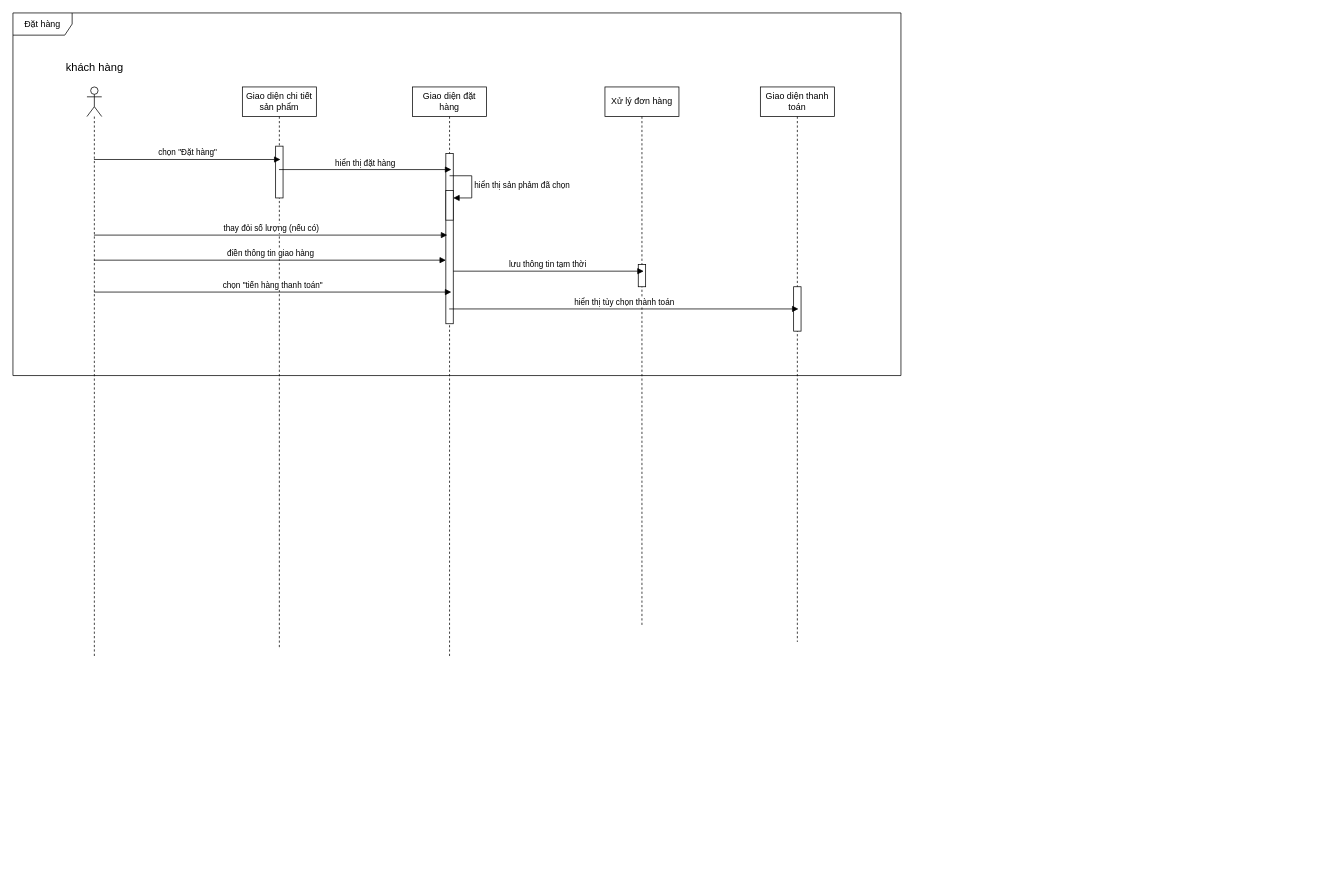
RomJoke/K keeps this draw.io diagram as KH-ĐH-TT.drawio. Above is the earlier version. Source tidied: cells renumbered, new cells numbered last; positions are measured from the earlier drawing's top-left corner, leaving out a move shared by most shapes. Both pictures are drawn from the tidied source at 74%, with x=0, y=0 at pixel (13, 13).
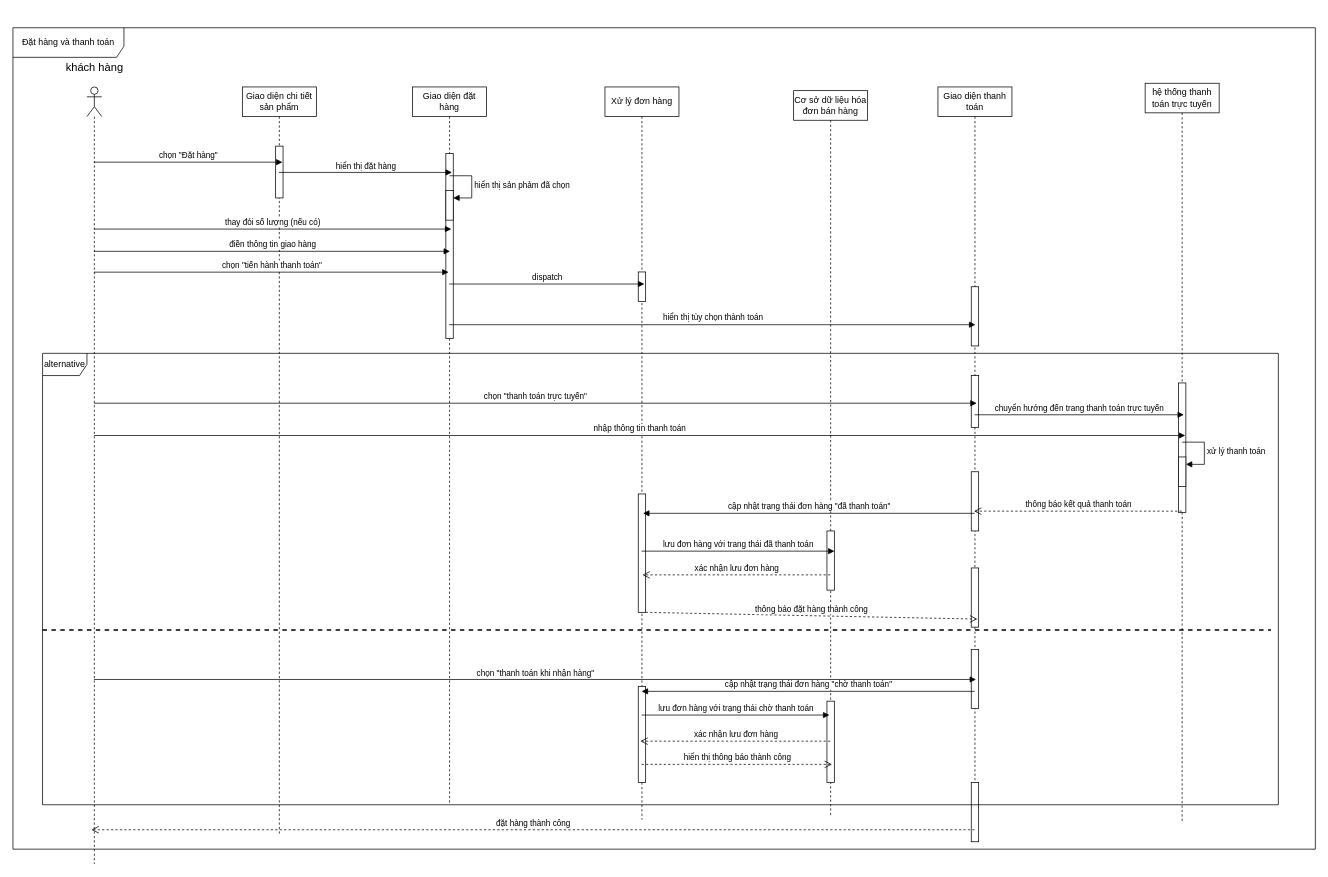
Above is the later version.

Unchanged cells that the change refers to:
```xml
<mxCell id="6" style="html=1;points=[[0,0,0,0,5],[0,1,0,0,-5],[1,0,0,0,5],[1,1,0,0,-5]];perimeter=orthogonalPerimeter;outlineConnect=0;targetShapes=umlLifeline;portConstraint=eastwest;newEdgeStyle={&quot;curved&quot;:0,&quot;rounded&quot;:0};" parent="5" vertex="1">
  <mxGeometry x="45" y="80" width="10" height="70" as="geometry" />
</mxCell>
```

The edit, as a diff of the source:
```diff
@@
-    <mxCell id="2" value="Đặt hàng" style="shape=umlFrame;whiteSpace=wrap;html=1;width=80;height=30;" parent="1" vertex="1">
-      <mxGeometry width="1200" height="490" as="geometry" />
+    <mxCell id="2" value="Đặt hàng và thanh toán" style="shape=umlFrame;whiteSpace=wrap;html=1;width=150;height=40;" parent="1" vertex="1">
+      <mxGeometry y="20" width="1760" height="1110" as="geometry" />
     </mxCell>
     <mxCell id="3" style="shape=umlLifeline;perimeter=lifelinePerimeter;whiteSpace=wrap;html=1;outlineConnect=0;portConstraint=eastwest;newEdgeStyle={&quot;curved&quot;:0,&quot;rounded&quot;:0};participant=umlActor;" parent="1" vertex="1">
-      <mxGeometry x="100" y="100" width="20" height="770" as="geometry" />
+      <mxGeometry x="100" y="100" width="20" height="1050" as="geometry" />
     </mxCell>
@@
     <mxCell id="5" value="Giao diện chi tiết sản phẩm" style="shape=umlLifeline;perimeter=lifelinePerimeter;whiteSpace=wrap;html=1;outlineConnect=0;portConstraint=eastwest;newEdgeStyle={&quot;curved&quot;:0,&quot;rounded&quot;:0};" parent="1" vertex="1">
-      <mxGeometry x="310" y="100" width="100" height="760" as="geometry" />
+      <mxGeometry x="310" y="100" width="100" height="1010" as="geometry" />
     </mxCell>
@@
     <mxCell id="7" value="Giao diện đặt hàng" style="shape=umlLifeline;perimeter=lifelinePerimeter;whiteSpace=wrap;html=1;outlineConnect=0;portConstraint=eastwest;newEdgeStyle={&quot;curved&quot;:0,&quot;rounded&quot;:0};" parent="1" vertex="1">
-      <mxGeometry x="540" y="100" width="100" height="770" as="geometry" />
+      <mxGeometry x="540" y="100" width="100" height="970" as="geometry" />
     </mxCell>
     <mxCell id="8" style="html=1;points=[[0,0,0,0,5],[0,1,0,0,-5],[1,0,0,0,5],[1,1,0,0,-5]];perimeter=orthogonalPerimeter;outlineConnect=0;targetShapes=umlLifeline;portConstraint=eastwest;newEdgeStyle={&quot;curved&quot;:0,&quot;rounded&quot;:0};" parent="7" vertex="1">
-      <mxGeometry x="45" y="90" width="10" height="230" as="geometry" />
+      <mxGeometry x="45" y="90" width="10" height="250" as="geometry" />
     </mxCell>
@@
     <mxCell id="11" value="Xử lý đơn hàng" style="shape=umlLifeline;perimeter=lifelinePerimeter;whiteSpace=wrap;html=1;outlineConnect=0;portConstraint=eastwest;newEdgeStyle={&quot;curved&quot;:0,&quot;rounded&quot;:0};" parent="1" vertex="1">
-      <mxGeometry x="800" y="100" width="100" height="730" as="geometry" />
+      <mxGeometry x="800" y="100" width="100" height="990" as="geometry" />
     </mxCell>
     <mxCell id="12" style="html=1;perimeter=orthogonalPerimeter;targetShapes=umlLifeline;newEdgeStyle={&quot;curved&quot;:0,&quot;rounded&quot;:0};" parent="11" vertex="1">
-      <mxGeometry x="45" y="240" width="10" height="30" as="geometry" />
+      <mxGeometry x="45" y="250" width="10" height="40" as="geometry" />
     </mxCell>
+    <mxCell id="22" style="html=1;points=[[0,0,0,0,5],[0,1,0,0,-5],[1,0,0,0,5],[1,1,0,0,-5]];perimeter=orthogonalPerimeter;outlineConnect=0;targetShapes=umlLifeline;portConstraint=eastwest;newEdgeStyle={&quot;curved&quot;:0,&quot;rounded&quot;:0};" parent="11" vertex="1">
+      <mxGeometry x="45" y="550" width="10" height="160" as="geometry" />
+    </mxCell>
-    <mxCell id="13" value="Giao diện thanh toán" style="shape=umlLifeline;perimeter=lifelinePerimeter;whiteSpace=wrap;html=1;outlineConnect=0;portConstraint=eastwest;newEdgeStyle={&quot;curved&quot;:0,&quot;rounded&quot;:0};" parent="1" vertex="1">
-      <mxGeometry x="1010" y="100" width="100" height="750" as="geometry" />
+    <mxCell id="13" value="Cơ sở dữ liệu hóa đơn bán hàng" style="shape=umlLifeline;perimeter=lifelinePerimeter;whiteSpace=wrap;html=1;outlineConnect=0;portConstraint=eastwest;newEdgeStyle={&quot;curved&quot;:0,&quot;rounded&quot;:0};" parent="1" vertex="1">
+      <mxGeometry x="1055" y="105" width="100" height="980" as="geometry" />
     </mxCell>
-    <mxCell id="14" style="html=1;perimeter=orthogonalPerimeter;targetShapes=umlLifeline;newEdgeStyle={&quot;curved&quot;:0,&quot;rounded&quot;:0};" parent="13" vertex="1">
-      <mxGeometry x="45" y="270" width="10" height="60" as="geometry" />
-    </mxCell>
+    <mxCell id="23" style="html=1;perimeter=orthogonalPerimeter;targetShapes=umlLifeline;newEdgeStyle={&quot;curved&quot;:0,&quot;rounded&quot;:0};" parent="13" vertex="1">
+      <mxGeometry x="45" y="595" width="10" height="80" as="geometry" />
+    </mxCell>
-    <mxCell id="15" value="chọn &quot;Đặt hàng&quot;" style="html=1;verticalAlign=bottom;endArrow=block;curved=0;rounded=0;entryX=0.515;entryY=0.129;entryDx=0;entryDy=0;entryPerimeter=0;" parent="1" edge="1" source="3" target="5">
+    <mxCell id="15" value="chọn &quot;Đặt hàng&quot;" style="html=1;verticalAlign=bottom;endArrow=block;curved=0;rounded=0;entryX=0.919;entryY=0.309;entryDx=0;entryDy=0;entryPerimeter=0;" parent="1" edge="1" source="3" target="6">
       <mxGeometry relative="1" as="geometry" />
     </mxCell>
-    <mxCell id="16" value="hiển thị đặt hàng" style="html=1;verticalAlign=bottom;endArrow=block;curved=0;rounded=0;entryX=0.524;entryY=0.145;entryDx=0;entryDy=0;entryPerimeter=0;" parent="1" edge="1" source="5" target="7">
+    <mxCell id="16" value="hiển thị đặt hàng" style="html=1;verticalAlign=bottom;endArrow=block;curved=0;rounded=0;entryX=0.828;entryY=0.102;entryDx=0;entryDy=0;entryPerimeter=0;" parent="1" edge="1" source="5" target="8">
       <mxGeometry relative="1" as="geometry" />
     </mxCell>
-    <mxCell id="17" value="thay đỏi số lượng (nếu có)" style="html=1;verticalAlign=bottom;endArrow=block;curved=0;rounded=0;entryX=0.469;entryY=0.26;entryDx=0;entryDy=0;entryPerimeter=0;" parent="1" edge="1" source="3" target="7">
+    <mxCell id="17" value="thay đỏi số lượng (nếu có)" style="html=1;verticalAlign=bottom;endArrow=block;curved=0;rounded=0;entryX=0.524;entryY=0.198;entryDx=0;entryDy=0;entryPerimeter=0;" parent="1" edge="1" source="3" target="7">
       <mxGeometry relative="1" as="geometry" />
     </mxCell>
-    <mxCell id="18" value="điền thông tin giao hàng" style="html=1;verticalAlign=bottom;endArrow=block;curved=0;rounded=0;entryX=0.451;entryY=0.304;entryDx=0;entryDy=0;entryPerimeter=0;" parent="1" edge="1" source="3" target="7">
+    <mxCell id="18" value="điền thông tin giao hàng" style="html=1;verticalAlign=bottom;endArrow=block;curved=0;rounded=0;entryX=0.506;entryY=0.229;entryDx=0;entryDy=0;entryPerimeter=0;" parent="1" edge="1" source="3" target="7">
       <mxGeometry relative="1" as="geometry" />
     </mxCell>
-    <mxCell id="19" value="lưu thông tin tạm thời&amp;nbsp;" style="html=1;verticalAlign=bottom;endArrow=block;curved=0;rounded=0;entryX=0.524;entryY=0.341;entryDx=0;entryDy=0;entryPerimeter=0;" parent="1" edge="1" source="8" target="11">
-      <mxGeometry relative="1" as="geometry" />
-    </mxCell>
-    <mxCell id="20" value="chọn &quot;tiến hàng thanh toán&quot;" style="html=1;verticalAlign=bottom;endArrow=block;curved=0;rounded=0;entryX=0.524;entryY=0.36;entryDx=0;entryDy=0;entryPerimeter=0;" parent="1" edge="1" source="3" target="7">
+    <mxCell id="20" value="chọn &quot;tiến hành thanh toán&quot;" style="html=1;verticalAlign=bottom;endArrow=block;curved=0;rounded=0;entryX=0.487;entryY=0.258;entryDx=0;entryDy=0;entryPerimeter=0;" parent="1" edge="1" source="3" target="7">
       <mxGeometry relative="1" as="geometry" />
     </mxCell>
+    <mxCell id="24" value="dispatch" style="html=1;verticalAlign=bottom;endArrow=block;curved=0;rounded=0;entryX=0.533;entryY=0.269;entryDx=0;entryDy=0;entryPerimeter=0;" parent="1" edge="1" source="7" target="11">
+      <mxGeometry relative="1" as="geometry" />
+    </mxCell>
+    <mxCell id="25" value="Giao diện thanh toán" style="shape=umlLifeline;perimeter=lifelinePerimeter;whiteSpace=wrap;html=1;outlineConnect=0;portConstraint=eastwest;newEdgeStyle={&quot;curved&quot;:0,&quot;rounded&quot;:0};" parent="1" vertex="1">
+      <mxGeometry x="1250" y="100" width="100" height="1020" as="geometry" />
+    </mxCell>
+    <mxCell id="26" style="html=1;perimeter=orthogonalPerimeter;targetShapes=umlLifeline;newEdgeStyle={&quot;curved&quot;:0,&quot;rounded&quot;:0};" parent="25" vertex="1">
+      <mxGeometry x="45" y="270" width="10" height="80" as="geometry" />
+    </mxCell>
+    <mxCell id="27" style="html=1;perimeter=orthogonalPerimeter;targetShapes=umlLifeline;newEdgeStyle={&quot;curved&quot;:0,&quot;rounded&quot;:0};" parent="25" vertex="1">
+      <mxGeometry x="45" y="390" width="10" height="70" as="geometry" />
+    </mxCell>
+    <mxCell id="28" style="html=1;perimeter=orthogonalPerimeter;targetShapes=umlLifeline;newEdgeStyle={&quot;curved&quot;:0,&quot;rounded&quot;:0};" parent="25" vertex="1">
+      <mxGeometry x="45" y="940" width="10" height="80" as="geometry" />
+    </mxCell>
-    <mxCell id="21" value="hiển thị tùy chọn thành toán" style="html=1;verticalAlign=bottom;endArrow=block;curved=0;rounded=0;entryX=0.515;entryY=0.4;entryDx=0;entryDy=0;entryPerimeter=0;" parent="1" edge="1" source="7" target="13">
+    <mxCell id="21" value="hiển thị tùy chọn thành toán" style="html=1;verticalAlign=bottom;endArrow=block;curved=0;rounded=0;entryX=0.506;entryY=0.315;entryDx=0;entryDy=0;entryPerimeter=0;" parent="1" edge="1" source="7" target="25">
       <mxGeometry relative="1" as="geometry" />
     </mxCell>
+    <mxCell id="29" value="hệ thống thanh toán trực tuyến" style="shape=umlLifeline;perimeter=lifelinePerimeter;whiteSpace=wrap;html=1;outlineConnect=0;portConstraint=eastwest;newEdgeStyle={&quot;curved&quot;:0,&quot;rounded&quot;:0};" parent="1" vertex="1">
+      <mxGeometry x="1530" y="95" width="100" height="1000" as="geometry" />
+    </mxCell>
+    <mxCell id="30" style="html=1;perimeter=orthogonalPerimeter;targetShapes=umlLifeline;newEdgeStyle={&quot;curved&quot;:0,&quot;rounded&quot;:0};" parent="29" vertex="1">
+      <mxGeometry x="45" y="405" width="10" height="175" as="geometry" />
+    </mxCell>
+    <mxCell id="31" style="html=1;points=[[0,0,0,0,5],[0,1,0,0,-5],[1,0,0,0,5],[1,1,0,0,-5]];perimeter=orthogonalPerimeter;outlineConnect=0;targetShapes=umlLifeline;portConstraint=eastwest;newEdgeStyle={&quot;curved&quot;:0,&quot;rounded&quot;:0};" parent="29" vertex="1">
+      <mxGeometry x="45" y="505" width="10" height="40" as="geometry" />
+    </mxCell>
+    <mxCell id="32" value="xử lý thanh toán" style="html=1;align=left;spacingLeft=2;endArrow=block;rounded=0;edgeStyle=orthogonalEdgeStyle;curved=0;rounded=0;" parent="29" edge="1" target="31">
+      <mxGeometry x="-0.01" relative="1" as="geometry">
+        <mxPoint x="50" y="485" as="sourcePoint" />
+        <Array as="points">
+          <mxPoint x="80" y="515" />
+        </Array>
+      </mxGeometry>
+    </mxCell>
+    <mxCell id="33" value="alternative" style="shape=umlFrame;whiteSpace=wrap;html=1;" parent="1" vertex="1">
+      <mxGeometry x="40" y="460" width="1670" height="610" as="geometry" />
+    </mxCell>
+    <mxCell id="34" value="chọn &quot;thanh toán trực tuyến&quot;" style="html=1;verticalAlign=bottom;endArrow=block;curved=0;rounded=0;entryX=0.524;entryY=0.419;entryDx=0;entryDy=0;entryPerimeter=0;" parent="1" edge="1" source="3" target="25">
+      <mxGeometry relative="1" as="geometry" />
+    </mxCell>
+    <mxCell id="35" value="nhập thông tin thanh toán" style="html=1;verticalAlign=bottom;endArrow=block;curved=0;rounded=0;entryX=0.542;entryY=0.476;entryDx=0;entryDy=0;entryPerimeter=0;" parent="1" edge="1" source="3" target="29">
+      <mxGeometry relative="1" as="geometry" />
+    </mxCell>
+    <mxCell id="36" style="html=1;perimeter=orthogonalPerimeter;targetShapes=umlLifeline;newEdgeStyle={&quot;curved&quot;:0,&quot;rounded&quot;:0};" parent="1" vertex="1">
+      <mxGeometry x="1295" y="620" width="10" height="80" as="geometry" />
+    </mxCell>
+    <mxCell id="37" value="thông báo kết quả thanh toán" style="html=1;verticalAlign=bottom;endArrow=open;dashed=1;endSize=8;curved=0;rounded=0;entryX=0.487;entryY=0.562;entryDx=0;entryDy=0;entryPerimeter=0;" parent="1" edge="1" source="29" target="25">
+      <mxGeometry relative="1" as="geometry" />
+    </mxCell>
+    <mxCell id="38" value="lưu đơn hàng với trang thái đã thanh toán" style="html=1;verticalAlign=bottom;endArrow=block;curved=0;rounded=0;entryX=0.551;entryY=0.635;entryDx=0;entryDy=0;entryPerimeter=0;" parent="1" edge="1" source="11" target="13">
+      <mxGeometry relative="1" as="geometry" />
+    </mxCell>
+    <mxCell id="39" value="xác nhận lưu đơn hàng" style="html=1;verticalAlign=bottom;endArrow=open;dashed=1;endSize=8;curved=0;rounded=0;entryX=0.506;entryY=0.666;entryDx=0;entryDy=0;entryPerimeter=0;" parent="1" edge="1" source="13" target="11">
+      <mxGeometry relative="1" as="geometry" />
+    </mxCell>
+    <mxCell id="40" style="html=1;perimeter=orthogonalPerimeter;targetShapes=umlLifeline;newEdgeStyle={&quot;curved&quot;:0,&quot;rounded&quot;:0};" parent="1" vertex="1">
+      <mxGeometry x="1295" y="750" width="10" height="80" as="geometry" />
+    </mxCell>
+    <mxCell id="41" value="thông báo đặt hàng thành công" style="html=1;verticalAlign=bottom;endArrow=open;dashed=1;endSize=8;curved=0;rounded=0;entryX=0.533;entryY=0.705;entryDx=0;entryDy=0;entryPerimeter=0;" parent="1" edge="1" source="22" target="25">
+      <mxGeometry relative="1" as="geometry" />
+    </mxCell>
+    <mxCell id="42" style="line;strokeWidth=2;fillColor=none;align=left;verticalAlign=middle;spacingTop=-1;spacingLeft=3;spacingRight=3;labelPosition=right;strokeColor=inherit;dashed=1;" parent="1" vertex="1">
+      <mxGeometry x="40" y="830" width="1660" height="8" as="geometry" />
+    </mxCell>
+    <mxCell id="43" style="html=1;perimeter=orthogonalPerimeter;targetShapes=umlLifeline;newEdgeStyle={&quot;curved&quot;:0,&quot;rounded&quot;:0};" parent="1" vertex="1">
+      <mxGeometry x="1295" y="860" width="10" height="80" as="geometry" />
+    </mxCell>
+    <mxCell id="44" value="chọn &quot;thanh toán khi nhận hàng&quot;" style="html=1;verticalAlign=bottom;endArrow=block;curved=0;rounded=0;entryX=0.515;entryY=0.785;entryDx=0;entryDy=0;entryPerimeter=0;" parent="1" edge="1" source="3" target="25">
+      <mxGeometry relative="1" as="geometry" />
+    </mxCell>
+    <mxCell id="45" style="html=1;perimeter=orthogonalPerimeter;targetShapes=umlLifeline;newEdgeStyle={&quot;curved&quot;:0,&quot;rounded&quot;:0};" parent="1" vertex="1">
+      <mxGeometry x="845" y="910" width="10" height="130" as="geometry" />
+    </mxCell>
+    <mxCell id="46" value="cập nhật trạng thái đơn hàng &quot;đã thanh toán&quot;" style="html=1;verticalAlign=bottom;endArrow=block;curved=0;rounded=0;entryX=0.515;entryY=0.582;entryDx=0;entryDy=0;entryPerimeter=0;" parent="1" edge="1" source="25" target="11">
+      <mxGeometry relative="1" as="geometry" />
+    </mxCell>
+    <mxCell id="47" value="cập nhật trạng thái đơn hàng &quot;chờ thanh toán&quot;" style="html=1;verticalAlign=bottom;endArrow=block;curved=0;rounded=0;entryX=0.496;entryY=0.825;entryDx=0;entryDy=0;entryPerimeter=0;" parent="1" edge="1" source="25" target="11">
+      <mxGeometry relative="1" as="geometry" />
+    </mxCell>
+    <mxCell id="48" style="html=1;perimeter=orthogonalPerimeter;targetShapes=umlLifeline;newEdgeStyle={&quot;curved&quot;:0,&quot;rounded&quot;:0};" parent="1" vertex="1">
+      <mxGeometry x="1100" y="930" width="10" height="110" as="geometry" />
+    </mxCell>
+    <mxCell id="49" value="xác nhận lưu đơn hàng" style="html=1;verticalAlign=bottom;endArrow=open;dashed=1;endSize=8;curved=0;rounded=0;entryX=0.478;entryY=0.893;entryDx=0;entryDy=0;entryPerimeter=0;" parent="1" edge="1" source="13" target="11">
+      <mxGeometry relative="1" as="geometry" />
+    </mxCell>
+    <mxCell id="50" value="hiển thị thông báo thành công" style="html=1;verticalAlign=bottom;endArrow=open;dashed=1;endSize=8;curved=0;rounded=0;entryX=0.519;entryY=0.929;entryDx=0;entryDy=0;entryPerimeter=0;" parent="1" edge="1" source="11" target="13">
+      <mxGeometry relative="1" as="geometry" />
+    </mxCell>
+    <mxCell id="51" value="lưu đơn hàng với trạng thái chờ thanh toán" style="html=1;verticalAlign=bottom;endArrow=block;curved=0;rounded=0;entryX=0.483;entryY=0.861;entryDx=0;entryDy=0;entryPerimeter=0;" parent="1" edge="1" source="11" target="13">
+      <mxGeometry relative="1" as="geometry" />
+    </mxCell>
+    <mxCell id="52" value="đặt hàng thành công" style="html=1;verticalAlign=bottom;endArrow=open;dashed=1;endSize=8;curved=0;rounded=0;entryX=0.3;entryY=0.956;entryDx=0;entryDy=0;entryPerimeter=0;" parent="1" edge="1" source="25" target="3">
+      <mxGeometry relative="1" as="geometry" />
+    </mxCell>
+    <mxCell id="53" value="chuyển hướng đến trang thanh toán trực tuyến" style="html=1;verticalAlign=bottom;endArrow=block;curved=0;rounded=0;entryX=0.524;entryY=0.448;entryDx=0;entryDy=0;entryPerimeter=0;" parent="1" edge="1" source="25" target="29">
+      <mxGeometry relative="1" as="geometry" />
+    </mxCell>
```
